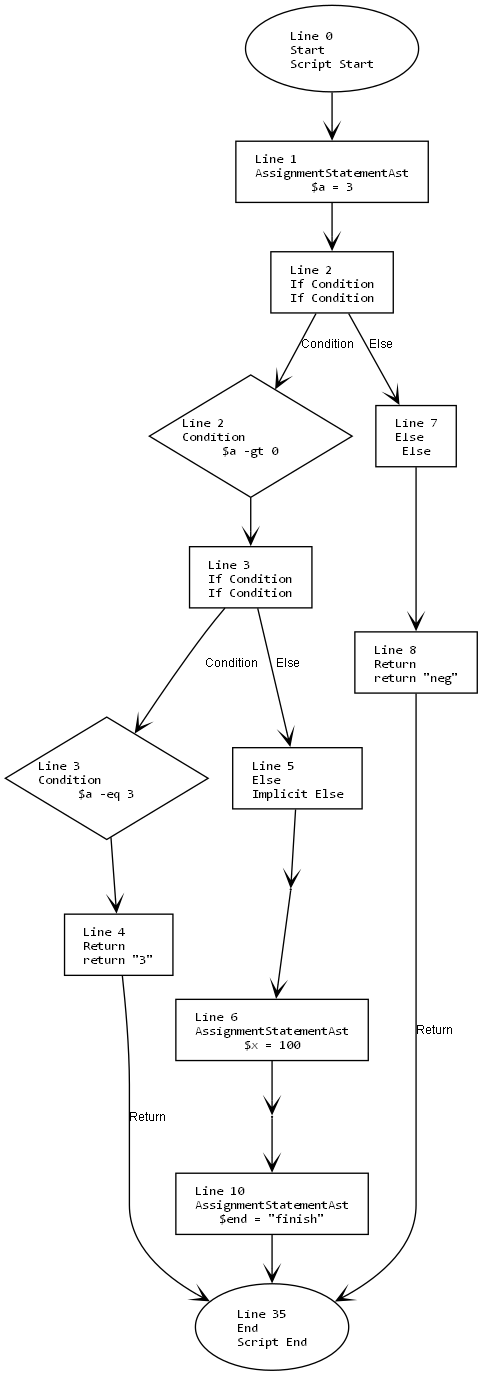
Earlier version of the Graphviz export in/in.png (mine41/deob). Its source is kept beside it as in/in.dot. The source it was exported from:
```dot
digraph G {
    rankdir=TB;
    node [
        fontname="Consolas"
        shape=box
        width=0
        height=0
        margin="0.2,0.1"
        fontsize=10
    ];
    edge [fontname="Arial", arrowhead=vee, fontsize=9];

    1 [label="Line 0\lStart\lScript Start", shape=oval];
    2 [label="Line 35\lEnd\lScript End", shape=oval];
    3 [label="Line 1\lAssignmentStatementAst\l$a = 3", shape=box];
    4 [label="Line 2\lIf Condition\lIf Condition", shape=box];
    5 [label="Line 2\lCondition\l$a -gt 0", shape=diamond];
    6 [label="Line 3\lIf Condition\lIf Condition", shape=box];
    7 [label="Line 3\lCondition\l$a -eq 3", shape=diamond];
    8 [label="Line 4\lReturn\lreturn \"3\"", shape=box];
    9 [label="Line 5\lElse\lImplicit Else", shape=box];
    10 [label="Line 5\lMerge\lIf-End", shape=point];
    11 [label="Line 6\lAssignmentStatementAst\l$x = 100", shape=box];
    12 [label="Line 7\lElse\lElse", shape=box];
    13 [label="Line 8\lReturn\lreturn \"neg\"", shape=box];
    14 [label="Line 9\lMerge\lIf-End", shape=point];
    15 [label="Line 10\lAssignmentStatementAst\l$end = \"finish\"", shape=box];

    1 -> 3;
    3 -> 4;
    4 -> 5 [label="Condition"];
    5 -> 6;
    6 -> 7 [label="Condition"];
    7 -> 8;
    8 -> 2 [label="Return"];
    6 -> 9 [label="Else"];
    9 -> 10;
    10 -> 11;
    4 -> 12 [label="Else"];
    12 -> 13;
    13 -> 2 [label="Return"];
    11 -> 14;
    14 -> 15;
    15 -> 2;
}
```
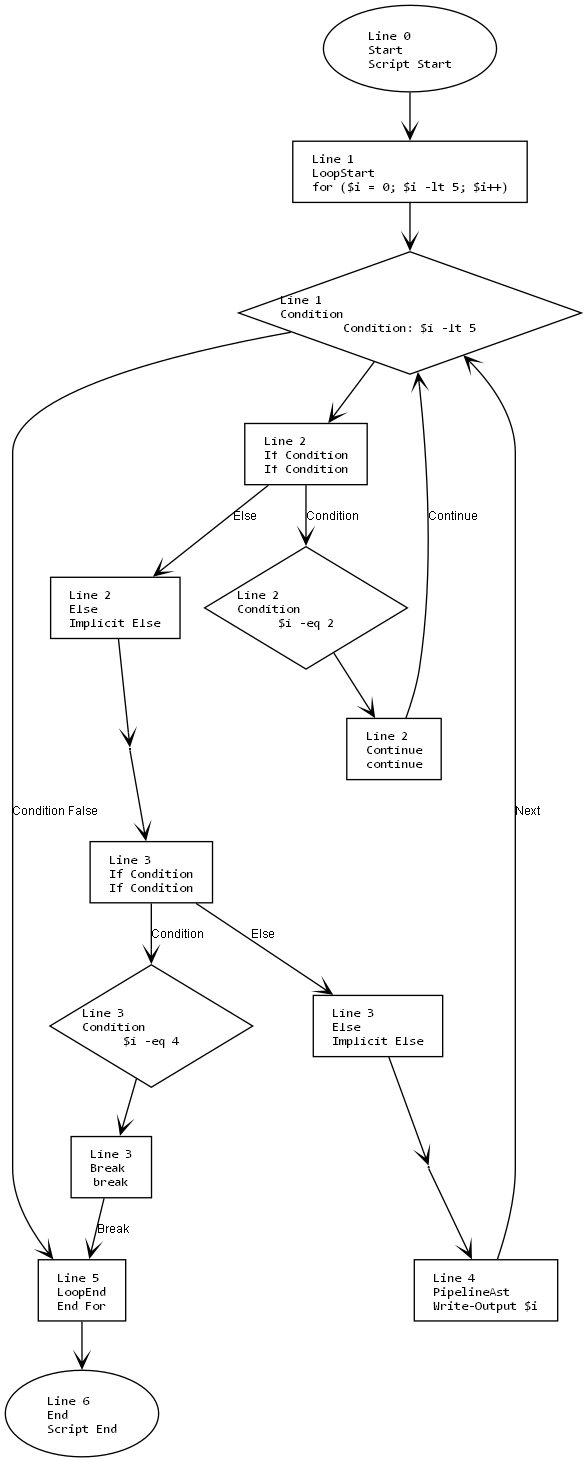
Later version of the same file.

Commit message:
完成break continue

The edit, as a diff of the source:
```diff
@@ -11,35 +11,38 @@
     edge [fontname="Arial", arrowhead=vee, fontsize=9];
 
     1 [label="Line 0\lStart\lScript Start", shape=oval];
-    2 [label="Line 35\lEnd\lScript End", shape=oval];
-    3 [label="Line 1\lAssignmentStatementAst\l$a = 3", shape=box];
-    4 [label="Line 2\lIf Condition\lIf Condition", shape=box];
-    5 [label="Line 2\lCondition\l$a -gt 0", shape=diamond];
-    6 [label="Line 3\lIf Condition\lIf Condition", shape=box];
-    7 [label="Line 3\lCondition\l$a -eq 3", shape=diamond];
-    8 [label="Line 4\lReturn\lreturn \"3\"", shape=box];
-    9 [label="Line 5\lElse\lImplicit Else", shape=box];
-    10 [label="Line 5\lMerge\lIf-End", shape=point];
-    11 [label="Line 6\lAssignmentStatementAst\l$x = 100", shape=box];
-    12 [label="Line 7\lElse\lElse", shape=box];
-    13 [label="Line 8\lReturn\lreturn \"neg\"", shape=box];
-    14 [label="Line 9\lMerge\lIf-End", shape=point];
-    15 [label="Line 10\lAssignmentStatementAst\l$end = \"finish\"", shape=box];
+    2 [label="Line 6\lEnd\lScript End", shape=oval];
+    3 [label="Line 1\lLoopStart\lfor ($i = 0; $i -lt 5; $i++)", shape=box];
+    4 [label="Line 1\lCondition\lCondition: $i -lt 5", shape=diamond];
+    5 [label="Line 5\lLoopEnd\lEnd For", shape=box];
+    6 [label="Line 2\lIf Condition\lIf Condition", shape=box];
+    7 [label="Line 2\lCondition\l$i -eq 2", shape=diamond];
+    8 [label="Line 2\lContinue\lcontinue", shape=box];
+    9 [label="Line 2\lElse\lImplicit Else", shape=box];
+    10 [label="Line 2\lMerge\lIf-End", shape=point];
+    11 [label="Line 3\lIf Condition\lIf Condition", shape=box];
+    12 [label="Line 3\lCondition\l$i -eq 4", shape=diamond];
+    13 [label="Line 3\lBreak\lbreak", shape=box];
+    14 [label="Line 3\lElse\lImplicit Else", shape=box];
+    15 [label="Line 3\lMerge\lIf-End", shape=point];
+    16 [label="Line 4\lPipelineAst\lWrite-Output $i", shape=box];
 
     1 -> 3;
     3 -> 4;
-    4 -> 5 [label="Condition"];
-    5 -> 6;
+    4 -> 6;
     6 -> 7 [label="Condition"];
     7 -> 8;
-    8 -> 2 [label="Return"];
+    8 -> 4 [label="Continue"];
     6 -> 9 [label="Else"];
     9 -> 10;
     10 -> 11;
-    4 -> 12 [label="Else"];
+    11 -> 12 [label="Condition"];
     12 -> 13;
-    13 -> 2 [label="Return"];
-    11 -> 14;
+    13 -> 5 [label="Break"];
+    11 -> 14 [label="Else"];
     14 -> 15;
-    15 -> 2;
+    15 -> 16;
+    16 -> 4 [label="Next"];
+    4 -> 5 [label="Condition False"];
+    5 -> 2;
 }
```
